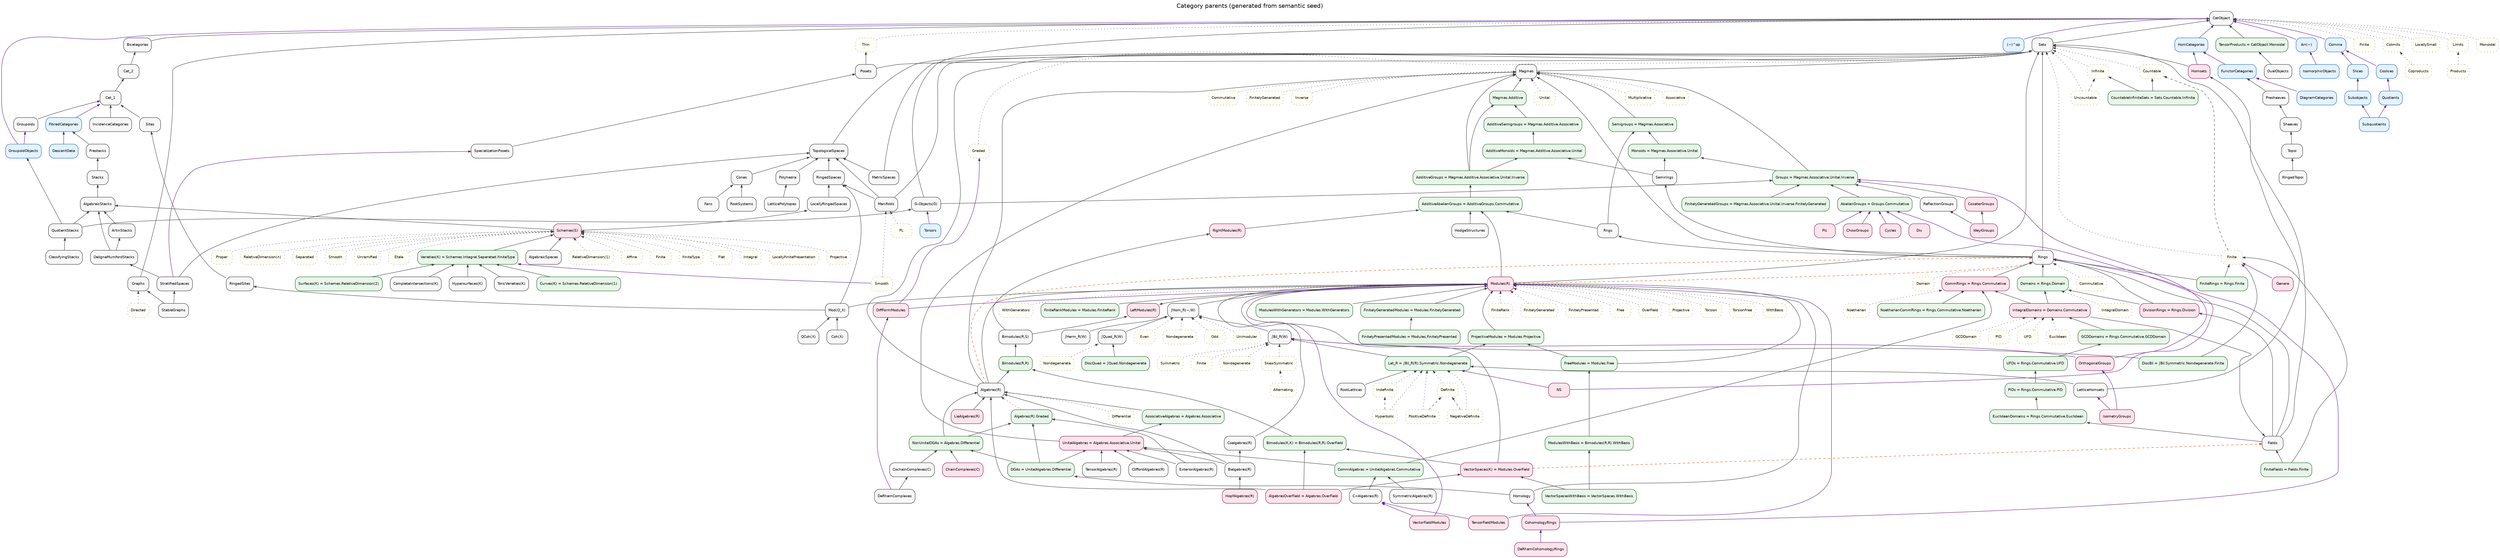
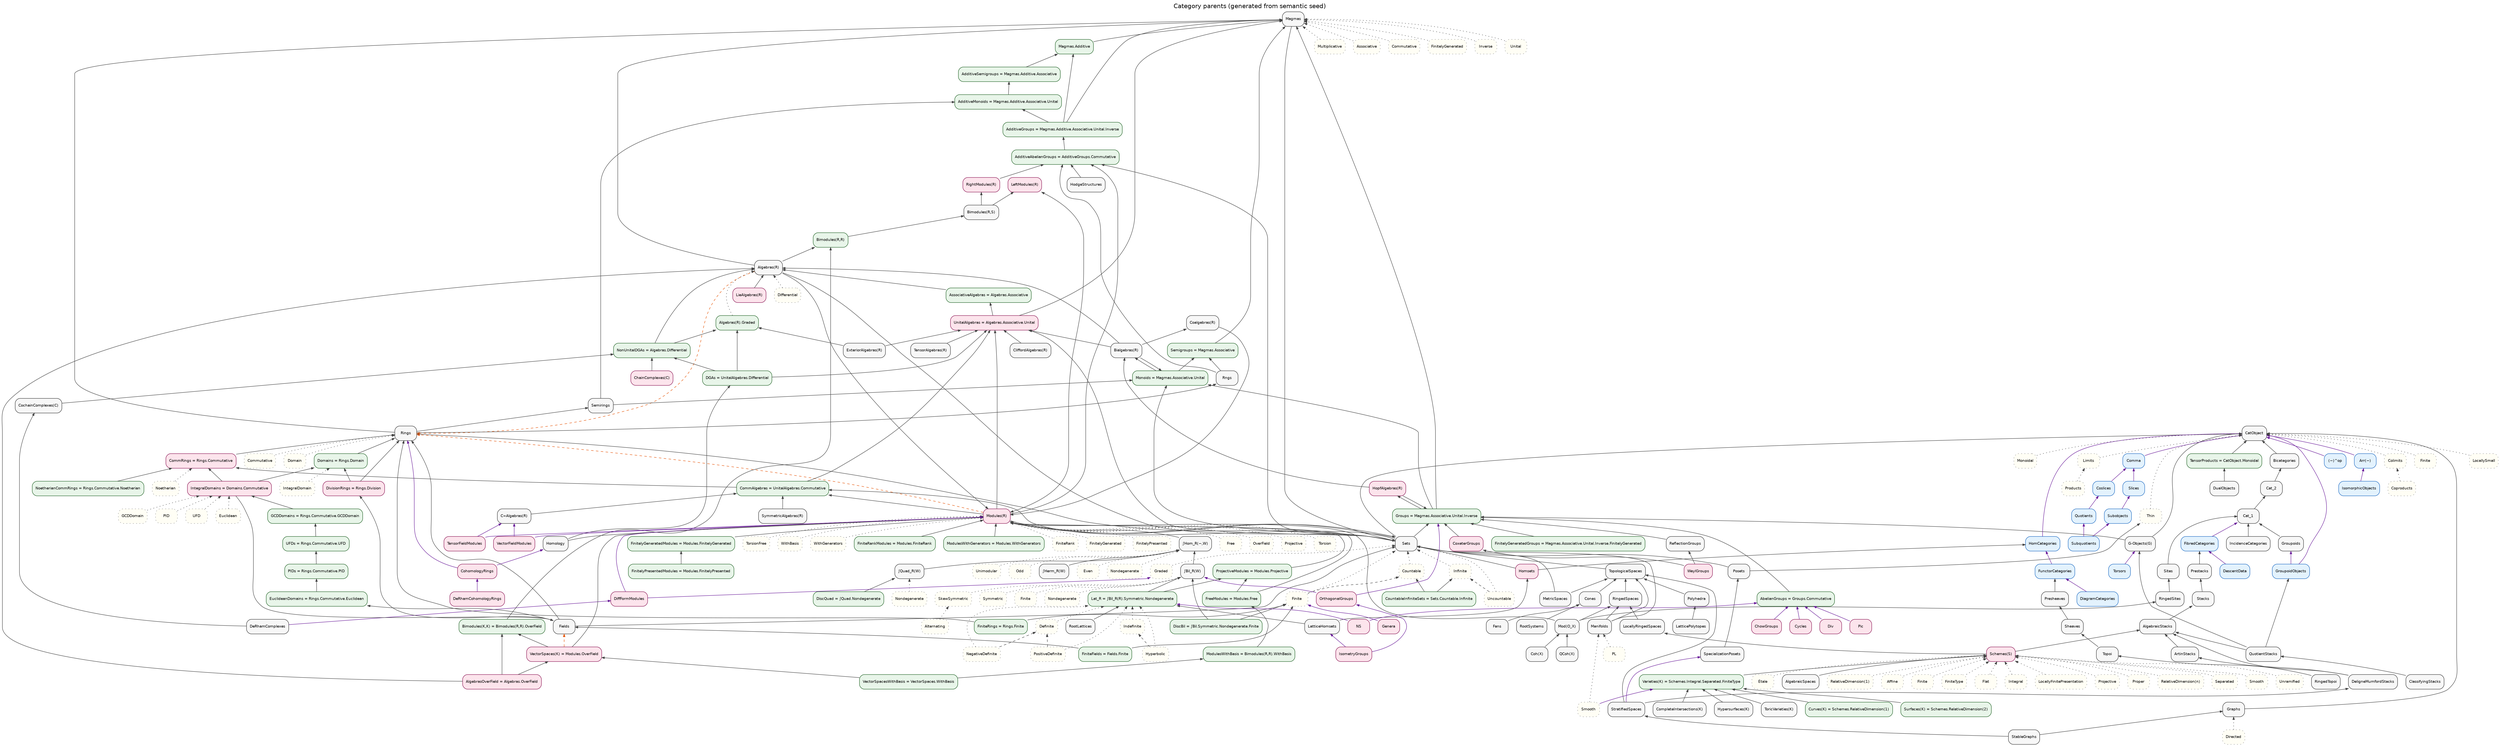
// GENERATED from semantic_seed/ — semantic presentation view.
// Authoritative: design/normalized_category_graph/semantic_seed/
// Factory/viz layout: category_parent_graph.dot (hand; see .hand.dot)

digraph CategoryParents {
  graph [
    rankdir=BT
    labelloc=t
    label="Category parents (generated from semantic seed)"
    fontsize=15
    fontname="Helvetica"
    nodesep=0.28
    ranksep=0.45
    splines=true
  ];
  node [
    shape=box
    style="rounded,filled"
    fontname="Helvetica"
    fontsize=9
    fillcolor="#f7f7f7"
    color="#333333"
  ];
  edge [color="#444444", arrowsize=0.65];

  // --- category_family ---
  AlgebraicSpaces [style="rounded,filled", fillcolor="#f7f7f7", color="#333333", id="cat.algebraicspaces", kind="category_family"];
  AlgebraicStacks [style="rounded,filled", fillcolor="#f7f7f7", color="#333333", id="cat.algebraicstacks", kind="category_family"];
  "Algebras(R)" [style="rounded,filled", fillcolor="#f7f7f7", color="#333333", id="cat.algebras_r", kind="category_family"];
  ArtinStacks [style="rounded,filled", fillcolor="#f7f7f7", color="#333333", id="cat.artinstacks", kind="category_family"];
  "Bialgebras(R)" [style="rounded,filled", fillcolor="#f7f7f7", color="#333333", id="cat.bialgebras_r", kind="category_family"];
  Bicategories [style="rounded,filled", fillcolor="#f7f7f7", color="#333333", id="cat.bicategories", kind="category_family"];
  "Bimodules(R,S)" [style="rounded,filled", fillcolor="#f7f7f7", color="#333333", id="cat.bimodules_r_s", kind="category_family"];
  CatObject [style="rounded,filled", fillcolor="#f7f7f7", color="#333333", id="cat.cat_object", kind="category_family"];
  Cat_1 [style="rounded,filled", fillcolor="#f7f7f7", color="#333333", id="cat.cat_1", kind="category_family"];
  Cat_2 [style="rounded,filled", fillcolor="#f7f7f7", color="#333333", id="cat.cat_2", kind="category_family"];
  "ChainComplexes(C)" [style="rounded,filled", fillcolor="#f7f7f7", color="#333333", id="cat.chaincomplexes", kind="category_family"];
  ClassifyingStacks [style="rounded,filled", fillcolor="#f7f7f7", color="#333333", id="cat.classifyingstacks", kind="category_family"];
  "CliffordAlgebras(R)" [style="rounded,filled", fillcolor="#f7f7f7", color="#333333", id="cat.cliffordalgebras", kind="category_family"];
  "Coalgebras(R)" [style="rounded,filled", fillcolor="#f7f7f7", color="#333333", id="cat.coalgebras_r", kind="category_family"];
  "CochainComplexes(C)" [style="rounded,filled", fillcolor="#f7f7f7", color="#333333", id="cat.cochaincomplexes", kind="category_family"];
  "Coh(X)" [style="rounded,filled", fillcolor="#f7f7f7", color="#333333", id="cat.coh", kind="category_family"];
  "CompleteIntersections(K)" [style="rounded,filled", fillcolor="#f7f7f7", color="#333333", id="cat.completeintersections", kind="category_family"];
  Cones [style="rounded,filled", fillcolor="#f7f7f7", color="#333333", id="cat.cones", kind="category_family"];
  CoxeterGroups [style="rounded,filled", fillcolor="#f7f7f7", color="#333333", id="cat.coxeter_groups", kind="category_family"];
  "C∞Algebras(R)" [style="rounded,filled", fillcolor="#f7f7f7", color="#333333", id="cat.cinftyalgebras", kind="category_family"];
  DeRhamComplexes [style="rounded,filled", fillcolor="#f7f7f7", color="#333333", id="cat.derhamcomplexes", kind="category_family"];
  DeligneMumfordStacks [style="rounded,filled", fillcolor="#f7f7f7", color="#333333", id="cat.delignemumfordstacks", kind="category_family"];
  DualObjects [style="rounded,filled", fillcolor="#f7f7f7", color="#333333", id="cat.dualobjects", kind="category_family"];
  "ExteriorAlgebras(R)" [style="rounded,filled", fillcolor="#f7f7f7", color="#333333", id="cat.exterioralgebras", kind="category_family"];
  Fans [style="rounded,filled", fillcolor="#f7f7f7", color="#333333", id="cat.fans", kind="category_family"];
  Fields [style="rounded,filled", fillcolor="#f7f7f7", color="#333333", id="cat.fields", kind="category_family"];
  "G-Objects(G)" [style="rounded,filled", fillcolor="#f7f7f7", color="#333333", id="cat.g_objects", kind="category_family"];
  Graphs [style="rounded,filled", fillcolor="#f7f7f7", color="#333333", id="cat.graphs", kind="category_family"];
  Groupoids [style="rounded,filled", fillcolor="#f7f7f7", color="#333333", id="cat.groupoids", kind="category_family"];
  HodgeStructures [style="rounded,filled", fillcolor="#f7f7f7", color="#333333", id="cat.hodgestructures", kind="category_family"];
  Homology [style="rounded,filled", fillcolor="#f7f7f7", color="#333333", id="cat.homology", kind="category_family"];
  Homsets [style="rounded,filled", fillcolor="#f7f7f7", color="#333333", id="cat.homsets", kind="category_family"];
  "HopfAlgebras(R)" [style="rounded,filled", fillcolor="#f7f7f7", color="#333333", id="cat.hopf_algebras_r", kind="category_family"];
  "Hypersurfaces(K)" [style="rounded,filled", fillcolor="#f7f7f7", color="#333333", id="cat.hypersurfaces", kind="category_family"];
  IncidenceCategories [style="rounded,filled", fillcolor="#f7f7f7", color="#333333", id="cat.incidencecategories", kind="category_family"];
  LatticeHomsets [style="rounded,filled", fillcolor="#f7f7f7", color="#333333", id="cat.latticehomsets", kind="category_family"];
  LatticePolytopes [style="rounded,filled", fillcolor="#f7f7f7", color="#333333", id="cat.latticepolytopes", kind="category_family"];
  "LieAlgebras(R)" [style="rounded,filled", fillcolor="#f7f7f7", color="#333333", id="cat.lie_algebras_r", kind="category_family"];
  LocallyRingedSpaces [style="rounded,filled", fillcolor="#f7f7f7", color="#333333", id="cat.locallyringedspaces", kind="category_family"];
  Magmas [style="rounded,filled", fillcolor="#f7f7f7", color="#333333", id="cat.magmas", kind="category_family"];
  Manifolds [style="rounded,filled", fillcolor="#f7f7f7", color="#333333", id="cat.manifolds", kind="category_family"];
  MetricSpaces [style="rounded,filled", fillcolor="#f7f7f7", color="#333333", id="cat.metricspaces", kind="category_family"];
  "Mod(O_X)" [style="rounded,filled", fillcolor="#f7f7f7", color="#333333", id="cat.mod", kind="category_family"];
  "Modules(R)" [style="rounded,filled", fillcolor="#f7f7f7", color="#333333", id="cat.modules_r", kind="category_family"];
  Polyhedra [style="rounded,filled", fillcolor="#f7f7f7", color="#333333", id="cat.polyhedra", kind="category_family"];
  Posets [style="rounded,filled", fillcolor="#f7f7f7", color="#333333", id="cat.posets", kind="category_family"];
  Presheaves [style="rounded,filled", fillcolor="#f7f7f7", color="#333333", id="cat.presheaves", kind="category_family"];
  Prestacks [style="rounded,filled", fillcolor="#f7f7f7", color="#333333", id="cat.prestacks", kind="category_family"];
  "QCoh(X)" [style="rounded,filled", fillcolor="#f7f7f7", color="#333333", id="cat.qcoh", kind="category_family"];
  QuotientStacks [style="rounded,filled", fillcolor="#f7f7f7", color="#333333", id="cat.quotientstacks", kind="category_family"];
  ReflectionGroups [style="rounded,filled", fillcolor="#f7f7f7", color="#333333", id="cat.reflectiongroups", kind="category_family"];
  RingedSites [style="rounded,filled", fillcolor="#f7f7f7", color="#333333", id="cat.ringedsites", kind="category_family"];
  RingedSpaces [style="rounded,filled", fillcolor="#f7f7f7", color="#333333", id="cat.ringedspaces", kind="category_family"];
  RingedTopoi [style="rounded,filled", fillcolor="#f7f7f7", color="#333333", id="cat.ringedtopoi", kind="category_family"];
  Rings [style="rounded,filled", fillcolor="#f7f7f7", color="#333333", id="cat.rings", kind="category_family"];
  Rngs [style="rounded,filled", fillcolor="#f7f7f7", color="#333333", id="cat.rngs", kind="category_family"];
  RootLattices [style="rounded,filled", fillcolor="#f7f7f7", color="#333333", id="cat.rootlattices", kind="category_family"];
  RootSystems [style="rounded,filled", fillcolor="#f7f7f7", color="#333333", id="cat.rootsystems", kind="category_family"];
  "Schemes(S)" [style="rounded,filled", fillcolor="#f7f7f7", color="#333333", id="cat.schemes_s", kind="category_family"];
  Semirings [style="rounded,filled", fillcolor="#f7f7f7", color="#333333", id="cat.semirings", kind="category_family"];
  Sets [style="rounded,filled", fillcolor="#f7f7f7", color="#333333", id="cat.sets", kind="category_family"];
  Sheaves [style="rounded,filled", fillcolor="#f7f7f7", color="#333333", id="cat.sheaves", kind="category_family"];
  Sites [style="rounded,filled", fillcolor="#f7f7f7", color="#333333", id="cat.sites", kind="category_family"];
  SpecializationPosets [style="rounded,filled", fillcolor="#f7f7f7", color="#333333", id="cat.specializationposets", kind="category_family"];
  StableGraphs [style="rounded,filled", fillcolor="#f7f7f7", color="#333333", id="cat.stablegraphs", kind="category_family"];
  Stacks [style="rounded,filled", fillcolor="#f7f7f7", color="#333333", id="cat.stacks", kind="category_family"];
  StratifiedSpaces [style="rounded,filled", fillcolor="#f7f7f7", color="#333333", id="cat.stratifiedspaces", kind="category_family"];
  "SymmetricAlgebras(R)" [style="rounded,filled", fillcolor="#f7f7f7", color="#333333", id="cat.symmetricalgebras", kind="category_family"];
  "TensorAlgebras(R)" [style="rounded,filled", fillcolor="#f7f7f7", color="#333333", id="cat.tensoralgebras", kind="category_family"];
  Topoi [style="rounded,filled", fillcolor="#f7f7f7", color="#333333", id="cat.topoi", kind="category_family"];
  TopologicalSpaces [style="rounded,filled", fillcolor="#f7f7f7", color="#333333", id="cat.topologicalspaces", kind="category_family"];
  "ToricVarieties(K)" [style="rounded,filled", fillcolor="#f7f7f7", color="#333333", id="cat.toricvarieties", kind="category_family"];
  WeylGroups [style="rounded,filled", fillcolor="#f7f7f7", color="#333333", id="cat.weyl_groups", kind="category_family"];
  "∫Bil_R(W)" [style="rounded,filled", fillcolor="#f7f7f7", color="#333333", id="cat.int_bil_r", kind="category_family"];
  "∫Herm_R(W)" [style="rounded,filled", fillcolor="#f7f7f7", color="#333333", id="cat.int_herm_r", kind="category_family"];
  "∫Hom_R(−,W)" [style="rounded,filled", fillcolor="#f7f7f7", color="#333333", id="cat.int_hom_r", kind="category_family"];
  "∫Quad_R(W)" [style="rounded,filled", fillcolor="#f7f7f7", color="#333333", id="cat.int_quad_r", kind="category_family"];

  // --- derived_category ---
  "AbelianGroups = Groups.Commutative" [style="rounded,filled", fillcolor="#e8f5e9", color="#1b5e20", id="cat.abelian_groups", kind="derived_category"];
  "AdditiveAbelianGroups = AdditiveGroups.Commutative" [style="rounded,filled", fillcolor="#e8f5e9", color="#1b5e20", id="cat.additive_abelian_groups", kind="derived_category"];
  "AdditiveGroups = Magmas.Additive.Associative.Unital.Inverse" [style="rounded,filled", fillcolor="#e8f5e9", color="#1b5e20", id="cat.additive_groups", kind="derived_category"];
  "AdditiveMonoids = Magmas.Additive.Associative.Unital" [style="rounded,filled", fillcolor="#e8f5e9", color="#1b5e20", id="cat.additive_monoids", kind="derived_category"];
  "AdditiveSemigroups = Magmas.Additive.Associative" [style="rounded,filled", fillcolor="#e8f5e9", color="#1b5e20", id="cat.additive_semigroups", kind="derived_category"];
  "Algebras(R).Graded" [style="rounded,filled", fillcolor="#e8f5e9", color="#1b5e20", id="cat.algebras_r.graded", kind="derived_category"];
  "AlgebrasOverField = Algebras.OverField" [style="rounded,filled", fillcolor="#e8f5e9", color="#1b5e20", id="cat.algebras_over_field", kind="derived_category"];
  "AssociativeAlgebras = Algebras.Associative" [style="rounded,filled", fillcolor="#e8f5e9", color="#1b5e20", id="cat.associativealgebras", kind="derived_category"];
  "Bimodules(K,K) = Bimodules(R,R).OverField" [style="rounded,filled", fillcolor="#e8f5e9", color="#1b5e20", id="cat.bimodules_k_k", kind="derived_category"];
  "Bimodules(R,R)" [style="rounded,filled", fillcolor="#e8f5e9", color="#1b5e20", id="cat.bimodules_r_r", kind="derived_category"];
  "CommAlgebras = UnitalAlgebras.Commutative" [style="rounded,filled", fillcolor="#e8f5e9", color="#1b5e20", id="cat.commutative_algebras", kind="derived_category"];
  "CommRings = Rings.Commutative" [style="rounded,filled", fillcolor="#e8f5e9", color="#1b5e20", id="cat.commutative_rings", kind="derived_category"];
  "CountableInfiniteSets = Sets.Countable.Infinite" [style="rounded,filled", fillcolor="#e8f5e9", color="#1b5e20", id="cat.countableinfinitesets", kind="derived_category"];
  "Curves(K) = Schemes.RelativeDimension(1)" [style="rounded,filled", fillcolor="#e8f5e9", color="#1b5e20", id="cat.curves", kind="derived_category"];
  "DGAs = UnitalAlgebras.Differential" [style="rounded,filled", fillcolor="#e8f5e9", color="#1b5e20", id="cat.dgas", kind="derived_category"];
  "DiscBil = ∫Bil.Symmetric.Nondegenerate.Finite" [style="rounded,filled", fillcolor="#e8f5e9", color="#1b5e20", id="cat.discbil", kind="derived_category"];
  "DiscQuad = ∫Quad.Nondegenerate" [style="rounded,filled", fillcolor="#e8f5e9", color="#1b5e20", id="cat.discquad", kind="derived_category"];
  "DivisionRings = Rings.Division" [style="rounded,filled", fillcolor="#e8f5e9", color="#1b5e20", id="cat.division_rings", kind="derived_category"];
  "Domains = Rings.Domain" [style="rounded,filled", fillcolor="#e8f5e9", color="#1b5e20", id="cat.domains", kind="derived_category"];
  "EuclideanDomains = Rings.Commutative.Euclidean" [style="rounded,filled", fillcolor="#e8f5e9", color="#1b5e20", id="cat.euclidean_domains", kind="derived_category"];
  "FiniteFields = Fields.Finite" [style="rounded,filled", fillcolor="#e8f5e9", color="#1b5e20", id="cat.finite_fields", kind="derived_category"];
  "FiniteRankModules = Modules.FiniteRank" [style="rounded,filled", fillcolor="#e8f5e9", color="#1b5e20", id="cat.finiterankmodules", kind="derived_category"];
  "FiniteRings = Rings.Finite" [style="rounded,filled", fillcolor="#e8f5e9", color="#1b5e20", id="cat.finite_rings", kind="derived_category"];
  "FinitelyGeneratedGroups = Magmas.Associative.Unital.Inverse.FinitelyGenerated" [style="rounded,filled", fillcolor="#e8f5e9", color="#1b5e20", id="cat.finitelygeneratedgroups", kind="derived_category"];
  "FinitelyGeneratedModules = Modules.FinitelyGenerated" [style="rounded,filled", fillcolor="#e8f5e9", color="#1b5e20", id="cat.finitelygeneratedmodules", kind="derived_category"];
  "FinitelyPresentedModules = Modules.FinitelyPresented" [style="rounded,filled", fillcolor="#e8f5e9", color="#1b5e20", id="cat.finitelypresentedmodules", kind="derived_category"];
  "FreeModules = Modules.Free" [style="rounded,filled", fillcolor="#e8f5e9", color="#1b5e20", id="cat.freemodules", kind="derived_category"];
  "GCDDomains = Rings.Commutative.GCDDomain" [style="rounded,filled", fillcolor="#e8f5e9", color="#1b5e20", id="cat.gcd_domains", kind="derived_category"];
  "Groups = Magmas.Associative.Unital.Inverse" [style="rounded,filled", fillcolor="#e8f5e9", color="#1b5e20", id="cat.groups", kind="derived_category"];
  "IntegralDomains = Domains.Commutative" [style="rounded,filled", fillcolor="#e8f5e9", color="#1b5e20", id="cat.integral_domains", kind="derived_category"];
  "Lat_R = ∫Bil_R(R).Symmetric.Nondegenerate" [style="rounded,filled", fillcolor="#e8f5e9", color="#1b5e20", id="cat.lat_r", kind="derived_category"];
  "Magmas.Additive" [style="rounded,filled", fillcolor="#e8f5e9", color="#1b5e20", id="cat.additive_magmas", kind="derived_category"];
  "ModulesWithBasis = Bimodules(R,R).WithBasis" [style="rounded,filled", fillcolor="#e8f5e9", color="#1b5e20", id="cat.modules_with_basis", kind="derived_category"];
  "ModulesWithGenerators = Modules.WithGenerators" [style="rounded,filled", fillcolor="#e8f5e9", color="#1b5e20", id="cat.moduleswithgenerators", kind="derived_category"];
  "Monoids = Magmas.Associative.Unital" [style="rounded,filled", fillcolor="#e8f5e9", color="#1b5e20", id="cat.monoids", kind="derived_category"];
  "NoetherianCommRings = Rings.Commutative.Noetherian" [style="rounded,filled", fillcolor="#e8f5e9", color="#1b5e20", id="cat.noetheriancommrings", kind="derived_category"];
  "NonUnitalDGAs = Algebras.Differential" [style="rounded,filled", fillcolor="#e8f5e9", color="#1b5e20", id="cat.nonunitaldgas", kind="derived_category"];
  "PIDs = Rings.Commutative.PID" [style="rounded,filled", fillcolor="#e8f5e9", color="#1b5e20", id="cat.pids", kind="derived_category"];
  "ProjectiveModules = Modules.Projective" [style="rounded,filled", fillcolor="#e8f5e9", color="#1b5e20", id="cat.projectivemodules", kind="derived_category"];
  "RightModules(R)" [style="rounded,filled", fillcolor="#e8f5e9", color="#1b5e20", id="cat.right_modules_r", kind="derived_category"];
  "Semigroups = Magmas.Associative" [style="rounded,filled", fillcolor="#e8f5e9", color="#1b5e20", id="cat.semigroups", kind="derived_category"];
  "Surfaces(K) = Schemes.RelativeDimension(2)" [style="rounded,filled", fillcolor="#e8f5e9", color="#1b5e20", id="cat.surfaces", kind="derived_category"];
  "TensorProducts = CatObject.Monoidal" [style="rounded,filled", fillcolor="#e8f5e9", color="#1b5e20", id="cat.tensorproducts", kind="derived_category"];
  "UFDs = Rings.Commutative.UFD" [style="rounded,filled", fillcolor="#e8f5e9", color="#1b5e20", id="cat.ufds", kind="derived_category"];
  "UnitalAlgebras = Algebras.Associative.Unital" [style="rounded,filled", fillcolor="#e8f5e9", color="#1b5e20", id="cat.unital_algebras", kind="derived_category"];
  "Varieties(K) = Schemes.Integral.Separated.FiniteType" [style="rounded,filled", fillcolor="#e8f5e9", color="#1b5e20", id="cat.varieties", kind="derived_category"];
  "VectorSpaces(K) = Modules.OverField" [style="rounded,filled", fillcolor="#e8f5e9", color="#1b5e20", id="cat.vector_spaces_k", kind="derived_category"];
  "VectorSpacesWithBasis = VectorSpaces.WithBasis" [style="rounded,filled", fillcolor="#e8f5e9", color="#1b5e20", id="cat.vectorspaceswithbasis", kind="derived_category"];

  // --- category_constructor ---
  "(−)^op" [style="rounded,filled", fillcolor="#e3f2fd", color="#1565c0", id="ctor.op", kind="category_constructor"];
  "Arr(−)" [style="rounded,filled", fillcolor="#e3f2fd", color="#1565c0", id="ctor.arr", kind="category_constructor"];
  Comma [style="rounded,filled", fillcolor="#e3f2fd", color="#1565c0", id="ctor.comma", kind="category_constructor"];
  Coslices [style="rounded,filled", fillcolor="#e3f2fd", color="#1565c0", id="ctor.coslices", kind="category_constructor"];
  DescentData [style="rounded,filled", fillcolor="#e3f2fd", color="#1565c0", id="ctor.descentdata", kind="category_constructor"];
  DiagramCategories [style="rounded,filled", fillcolor="#e3f2fd", color="#1565c0", id="ctor.diagramcategories", kind="category_constructor"];
  FibredCategories [style="rounded,filled", fillcolor="#e3f2fd", color="#1565c0", id="ctor.fibredcategories", kind="category_constructor"];
  FunctorCategories [style="rounded,filled", fillcolor="#e3f2fd", color="#1565c0", id="ctor.functorcategories", kind="category_constructor"];
  GroupoidObjects [style="rounded,filled", fillcolor="#e3f2fd", color="#1565c0", id="ctor.groupoidobjects", kind="category_constructor"];
  HomCategories [style="rounded,filled", fillcolor="#e3f2fd", color="#1565c0", id="ctor.homcategories", kind="category_constructor"];
  IsomorphicObjects [style="rounded,filled", fillcolor="#e3f2fd", color="#1565c0", id="ctor.isomorphicobjects", kind="category_constructor"];
  Quotients [style="rounded,filled", fillcolor="#e3f2fd", color="#1565c0", id="ctor.quotients", kind="category_constructor"];
  Slices [style="rounded,filled", fillcolor="#e3f2fd", color="#1565c0", id="ctor.slices", kind="category_constructor"];
  Subobjects [style="rounded,filled", fillcolor="#e3f2fd", color="#1565c0", id="ctor.subobjects", kind="category_constructor"];
  Subquotients [style="rounded,filled", fillcolor="#e3f2fd", color="#1565c0", id="ctor.subquotients", kind="category_constructor"];
  Torsors [style="rounded,filled", fillcolor="#e3f2fd", color="#1565c0", id="ctor.torsors", kind="category_constructor"];

  // --- classifier_domain ---
  "CatObject.Colimits" [style="rounded,filled,dotted", fillcolor="#fffef5", color="#888888", id="clf.catobject_colimits", kind="classifier_domain", label="Colimits"];
  "CatObject.Coproducts" [style="rounded,filled,dotted", fillcolor="#fffef5", color="#888888", id="clf.catobject_coproducts", kind="classifier_domain", label="Coproducts"];
  "CatObject.Finite" [style="rounded,filled,dotted", fillcolor="#fffef5", color="#888888", id="clf.catobject_finite", kind="classifier_domain", label="Finite"];
  "CatObject.Limits" [style="rounded,filled,dotted", fillcolor="#fffef5", color="#888888", id="clf.catobject_limits", kind="classifier_domain", label="Limits"];
  "CatObject.LocallySmall" [style="rounded,filled,dotted", fillcolor="#fffef5", color="#888888", id="clf.catobject_locallysmall", kind="classifier_domain", label="LocallySmall"];
  "CatObject.Products" [style="rounded,filled,dotted", fillcolor="#fffef5", color="#888888", id="clf.catobject_products", kind="classifier_domain", label="Products"];
  "CatObject.Thin" [style="rounded,filled,dotted", fillcolor="#fffef5", color="#888888", id="clf.catobject_thin", kind="classifier_domain", label="Thin"];
  "Graphs.Directed" [style="rounded,filled,dotted", fillcolor="#fffef5", color="#888888", id="clf.graphs_directed", kind="classifier_domain", label="Directed"];
  "Lat.Definite" [style="rounded,filled,dotted", fillcolor="#fffef5", color="#888888", id="clf.lat_definite", kind="classifier_domain", label="Definite"];
  "Lat.Hyperbolic" [style="rounded,filled,dotted", fillcolor="#fffef5", color="#888888", id="clf.lat_hyperbolic", kind="classifier_domain", label="Hyperbolic"];
  "Lat.Indefinite" [style="rounded,filled,dotted", fillcolor="#fffef5", color="#888888", id="clf.lat_indefinite", kind="classifier_domain", label="Indefinite"];
  "Lat.NegativeDefinite" [style="rounded,filled,dotted", fillcolor="#fffef5", color="#888888", id="clf.lat_negativedefinite", kind="classifier_domain", label="NegativeDefinite"];
  "Lat.PositiveDefinite" [style="rounded,filled,dotted", fillcolor="#fffef5", color="#888888", id="clf.lat_positivedefinite", kind="classifier_domain", label="PositiveDefinite"];
  "Magmas.Multiplicative" [style="rounded,filled,dotted", fillcolor="#fffef5", color="#888888", id="clf.magmas_multiplicative", kind="classifier_domain", label="Multiplicative"];
  "Manifolds.PL" [style="rounded,filled,dotted", fillcolor="#fffef5", color="#888888", id="clf.manifolds_pl", kind="classifier_domain", label="PL"];
  "Manifolds.Smooth" [style="rounded,filled,dotted", fillcolor="#fffef5", color="#888888", id="clf.manifolds_smooth", kind="classifier_domain", label="Smooth"];
  "Modules.FiniteRank" [style="rounded,filled,dotted", fillcolor="#fffef5", color="#888888", id="clf.modules_finiterank", kind="classifier_domain", label="FiniteRank"];
  "Modules.FinitelyGenerated" [style="rounded,filled,dotted", fillcolor="#fffef5", color="#888888", id="clf.modules_finitelygenerated", kind="classifier_domain", label="FinitelyGenerated"];
  "Modules.FinitelyPresented" [style="rounded,filled,dotted", fillcolor="#fffef5", color="#888888", id="clf.modules_finitelypresented", kind="classifier_domain", label="FinitelyPresented"];
  "Modules.Free" [style="rounded,filled,dotted", fillcolor="#fffef5", color="#888888", id="clf.modules_free", kind="classifier_domain", label="Free"];
  "Modules.OverField" [style="rounded,filled,dotted", fillcolor="#fffef5", color="#888888", id="clf.modules.over_field.domain", kind="classifier_domain", label="OverField"];
  "Modules.Projective" [style="rounded,filled,dotted", fillcolor="#fffef5", color="#888888", id="clf.modules_projective", kind="classifier_domain", label="Projective"];
  "Modules.Torsion" [style="rounded,filled,dotted", fillcolor="#fffef5", color="#888888", id="clf.modules_torsion", kind="classifier_domain", label="Torsion"];
  "Modules.TorsionFree" [style="rounded,filled,dotted", fillcolor="#fffef5", color="#888888", id="clf.modules_torsionfree", kind="classifier_domain", label="TorsionFree"];
  "Modules.WithBasis" [style="rounded,filled,dotted", fillcolor="#fffef5", color="#888888", id="clf.modules.with_basis.domain", kind="classifier_domain", label="WithBasis"];
  "Modules.WithGenerators" [style="rounded,filled,dotted", fillcolor="#fffef5", color="#888888", id="clf.modules_withgenerators", kind="classifier_domain", label="WithGenerators"];
  "Rings.Commutative" [style="rounded,filled,dotted", fillcolor="#fffef5", color="#888888", id="clf.rings.commutative.domain", kind="classifier_domain", label="Commutative"];
  "Schemes(S).RelativeDimension(1)" [style="rounded,filled,dotted", fillcolor="#fffef5", color="#888888", id="clf.schemes_s.relativedimension.domain", kind="classifier_domain", label="RelativeDimension(1)"];
  "Schemes.Affine" [style="rounded,filled,dotted", fillcolor="#fffef5", color="#888888", id="clf.schemes_affine", kind="classifier_domain", label="Affine"];
  "Schemes.Finite" [style="rounded,filled,dotted", fillcolor="#fffef5", color="#888888", id="clf.schemes_finite", kind="classifier_domain", label="Finite"];
  "Schemes.FiniteType" [style="rounded,filled,dotted", fillcolor="#fffef5", color="#888888", id="clf.schemes_finitetype", kind="classifier_domain", label="FiniteType"];
  "Schemes.Flat" [style="rounded,filled,dotted", fillcolor="#fffef5", color="#888888", id="clf.schemes_flat", kind="classifier_domain", label="Flat"];
  "Schemes.Integral" [style="rounded,filled,dotted", fillcolor="#fffef5", color="#888888", id="clf.schemes_integral", kind="classifier_domain", label="Integral"];
  "Schemes.LocallyFinitePresentation" [style="rounded,filled,dotted", fillcolor="#fffef5", color="#888888", id="clf.schemes_locallyfinitepresentation", kind="classifier_domain", label="LocallyFinitePresentation"];
  "Schemes.Projective" [style="rounded,filled,dotted", fillcolor="#fffef5", color="#888888", id="clf.schemes_projective", kind="classifier_domain", label="Projective"];
  "Schemes.Proper" [style="rounded,filled,dotted", fillcolor="#fffef5", color="#888888", id="clf.schemes_proper", kind="classifier_domain", label="Proper"];
  "Schemes.RelativeDimension(n)" [style="rounded,filled,dotted", fillcolor="#fffef5", color="#888888", id="clf.schemes_relativedimension", kind="classifier_domain", label="RelativeDimension(n)"];
  "Schemes.Separated" [style="rounded,filled,dotted", fillcolor="#fffef5", color="#888888", id="clf.schemes_separated", kind="classifier_domain", label="Separated"];
  "Schemes.Smooth" [style="rounded,filled,dotted", fillcolor="#fffef5", color="#888888", id="clf.schemes_smooth", kind="classifier_domain", label="Smooth"];
  "Schemes.Unramified" [style="rounded,filled,dotted", fillcolor="#fffef5", color="#888888", id="clf.schemes_unramified", kind="classifier_domain", label="Unramified"];
  "Schemes.Étale" [style="rounded,filled,dotted", fillcolor="#fffef5", color="#888888", id="clf.schemes_etale", kind="classifier_domain", label="Étale"];
  "Sets.Countable" [style="rounded,filled,dotted", fillcolor="#fffef5", color="#888888", id="clf.sets_countable", kind="classifier_domain", label="Countable"];
  "Sets.Finite" [style="rounded,filled,dotted", fillcolor="#fffef5", color="#888888", id="clf.sets.finite.domain", kind="classifier_domain", label="Finite"];
  "Sets.Graded" [style="rounded,filled,dotted", fillcolor="#fffef5", color="#888888", id="clf.sets.graded.domain", kind="classifier_domain", label="Graded"];
  "Sets.Infinite" [style="rounded,filled,dotted", fillcolor="#fffef5", color="#888888", id="clf.sets_infinite", kind="classifier_domain", label="Infinite"];
  "Sets.Uncountable" [style="rounded,filled,dotted", fillcolor="#fffef5", color="#888888", id="clf.sets_uncountable", kind="classifier_domain", label="Uncountable"];
  "ax.Associative" [style="rounded,filled,dotted", fillcolor="#fffef5", color="#888888", id="clf.ax_associative", kind="classifier_domain", label="Associative"];
  "ax.Commutative" [style="rounded,filled,dotted", fillcolor="#fffef5", color="#888888", id="clf.ax_commutative", kind="classifier_domain", label="Commutative"];
  "ax.Differential" [style="rounded,filled,dotted", fillcolor="#fffef5", color="#888888", id="clf.ax_differential", kind="classifier_domain", label="Differential"];
  "ax.Domain" [style="rounded,filled,dotted", fillcolor="#fffef5", color="#888888", id="clf.ax_domain", kind="classifier_domain", label="Domain"];
  "ax.Euclidean" [style="rounded,filled,dotted", fillcolor="#fffef5", color="#888888", id="clf.ax_euclidean", kind="classifier_domain", label="Euclidean"];
  "ax.FinitelyGenerated" [style="rounded,filled,dotted", fillcolor="#fffef5", color="#888888", id="clf.ax_finitelygenerated", kind="classifier_domain", label="FinitelyGenerated"];
  "ax.GCDDomain" [style="rounded,filled,dotted", fillcolor="#fffef5", color="#888888", id="clf.ax_gcddomain", kind="classifier_domain", label="GCDDomain"];
  "ax.IntegralDomain" [style="rounded,filled,dotted", fillcolor="#fffef5", color="#888888", id="clf.ax_integraldomain", kind="classifier_domain", label="IntegralDomain"];
  "ax.Inverse" [style="rounded,filled,dotted", fillcolor="#fffef5", color="#888888", id="clf.ax_inverse", kind="classifier_domain", label="Inverse"];
  "ax.Monoidal" [style="rounded,filled,dotted", fillcolor="#fffef5", color="#888888", id="clf.ax_monoidal", kind="classifier_domain", label="Monoidal"];
  "ax.Noetherian" [style="rounded,filled,dotted", fillcolor="#fffef5", color="#888888", id="clf.ax_noetherian", kind="classifier_domain", label="Noetherian"];
  "ax.PID" [style="rounded,filled,dotted", fillcolor="#fffef5", color="#888888", id="clf.ax_pid", kind="classifier_domain", label="PID"];
  "ax.UFD" [style="rounded,filled,dotted", fillcolor="#fffef5", color="#888888", id="clf.ax_ufd", kind="classifier_domain", label="UFD"];
  "ax.Unital" [style="rounded,filled,dotted", fillcolor="#fffef5", color="#888888", id="clf.ax_unital", kind="classifier_domain", label="Unital"];
  "∫Bil.Alternating" [style="rounded,filled,dotted", fillcolor="#fffef5", color="#888888", id="clf.int_bil_alternating", kind="classifier_domain", label="Alternating"];
  "∫Bil.SkewSymmetric" [style="rounded,filled,dotted", fillcolor="#fffef5", color="#888888", id="clf.int_bil_skewsymmetric", kind="classifier_domain", label="SkewSymmetric"];
  "∫Bil.Symmetric" [style="rounded,filled,dotted", fillcolor="#fffef5", color="#888888", id="clf.int_bil_symmetric", kind="classifier_domain", label="Symmetric"];
  "∫Bil_R(W).Finite" [style="rounded,filled,dotted", fillcolor="#fffef5", color="#888888", id="clf.int_bil_r.finite.domain", kind="classifier_domain", label="Finite"];
  "∫Bil_R(W).Nondegenerate" [style="rounded,filled,dotted", fillcolor="#fffef5", color="#888888", id="clf.int_bil_r.nondegenerate.domain", kind="classifier_domain", label="Nondegenerate"];
  "∫Hom.Even" [style="rounded,filled,dotted", fillcolor="#fffef5", color="#888888", id="clf.int_hom_even", kind="classifier_domain", label="Even"];
  "∫Hom.Nondegenerate" [style="rounded,filled,dotted", fillcolor="#fffef5", color="#888888", id="clf.int_hom_nondegenerate", kind="classifier_domain", label="Nondegenerate"];
  "∫Hom.Odd" [style="rounded,filled,dotted", fillcolor="#fffef5", color="#888888", id="clf.int_hom_odd", kind="classifier_domain", label="Odd"];
  "∫Hom.Unimodular" [style="rounded,filled,dotted", fillcolor="#fffef5", color="#888888", id="clf.int_hom_unimodular", kind="classifier_domain", label="Unimodular"];
  "∫Quad_R(W).Nondegenerate" [style="rounded,filled,dotted", fillcolor="#fffef5", color="#888888", id="clf.int_quad_r.nondegenerate.domain", kind="classifier_domain", label="Nondegenerate"];

  // --- alias ---
  "AlgebrasOverField = Algebras.OverField" [style="rounded,filled", fillcolor="#fce4ec", color="#880e4f", id="cat.associativeunitalalgebras_k", kind="alias"];
  "ChainComplexes(C)" [style="rounded,filled", fillcolor="#fce4ec", color="#880e4f", id="cat.chaincomplexes_c", kind="alias"];
  ChowGroups [style="rounded,filled", fillcolor="#fce4ec", color="#880e4f", id="val.chowgroups", kind="alias"];
  CohomologyRings [style="rounded,filled", fillcolor="#fce4ec", color="#880e4f", id="val.cohomologyrings", kind="alias"];
  "CommRings = Rings.Commutative" [style="rounded,filled", fillcolor="#fce4ec", color="#880e4f", id="cat.commutativerings", kind="alias"];
  CoxeterGroups [style="rounded,filled", fillcolor="#fce4ec", color="#880e4f", id="cat.coxetergroups", kind="alias"];
  Cycles [style="rounded,filled", fillcolor="#fce4ec", color="#880e4f", id="val.cycles", kind="alias"];
  DeRhamCohomologyRings [style="rounded,filled", fillcolor="#fce4ec", color="#880e4f", id="val.derhamcohomologyrings", kind="alias"];
  DiffFormModules [style="rounded,filled", fillcolor="#fce4ec", color="#880e4f", id="val.diffformmodules", kind="alias"];
  Div [style="rounded,filled", fillcolor="#fce4ec", color="#880e4f", id="val.div", kind="alias"];
  "DivisionRings = Rings.Division" [style="rounded,filled", fillcolor="#fce4ec", color="#880e4f", id="cat.divisionrings", kind="alias"];
  Genera [style="rounded,filled", fillcolor="#fce4ec", color="#880e4f", id="val.genera", kind="alias"];
  Homsets [style="rounded,filled", fillcolor="#fce4ec", color="#880e4f", id="cat.homsets_c", kind="alias"];
  "HopfAlgebras(R)" [style="rounded,filled", fillcolor="#fce4ec", color="#880e4f", id="cat.hopfalgebras_r", kind="alias"];
  "IntegralDomains = Domains.Commutative" [style="rounded,filled", fillcolor="#fce4ec", color="#880e4f", id="cat.integraldomains", kind="alias"];
  IsometryGroups [style="rounded,filled", fillcolor="#fce4ec", color="#880e4f", id="val.isometrygroups", kind="alias"];
  "LeftModules(R)" [style="rounded,filled", fillcolor="#fce4ec", color="#880e4f", id="cat.left_modules_r", kind="alias"];
  "LieAlgebras(R)" [style="rounded,filled", fillcolor="#fce4ec", color="#880e4f", id="cat.liealgebras_r", kind="alias"];
  "Modules(R)" [style="rounded,filled", fillcolor="#fce4ec", color="#880e4f", id="cat.modules_a", kind="alias"];
  NS [style="rounded,filled", fillcolor="#fce4ec", color="#880e4f", id="val.ns", kind="alias"];
  OrthogonalGroups [style="rounded,filled", fillcolor="#fce4ec", color="#880e4f", id="val.orthogonal_groups", kind="alias"];
  Pic [style="rounded,filled", fillcolor="#fce4ec", color="#880e4f", id="val.pic", kind="alias"];
  "RightModules(R)" [style="rounded,filled", fillcolor="#fce4ec", color="#880e4f", id="cat.modules_rop", kind="alias"];
  "Schemes(S)" [style="rounded,filled", fillcolor="#fce4ec", color="#880e4f", id="cat.schemes_k", kind="alias"];
  TensorFieldModules [style="rounded,filled", fillcolor="#fce4ec", color="#880e4f", id="val.tensorfieldmodules", kind="alias"];
  "UnitalAlgebras = Algebras.Associative.Unital" [style="rounded,filled", fillcolor="#fce4ec", color="#880e4f", id="cat.associativeunitalalgebras_r", kind="alias"];
  VectorFieldModules [style="rounded,filled", fillcolor="#fce4ec", color="#880e4f", id="val.vectorfieldmodules", kind="alias"];
  "VectorSpaces(K) = Modules.OverField" [style="rounded,filled", fillcolor="#fce4ec", color="#880e4f", id="cat.modules_k", kind="alias"];
  WeylGroups [style="rounded,filled", fillcolor="#fce4ec", color="#880e4f", id="cat.weylgroups", kind="alias"];

  // --- preferred arrows ---
  "LeftModules(R)" -> "Modules(R)" [dir=both, kind="equivalence", id="arr.alias.left_modules"];
  "Algebras(R).Graded" -> "Algebras(R)" [style=dotted, kind="classifier_leg", id="arr.clf.algebras_r.graded"];
  "ax.Associative" -> Magmas [style=dotted, kind="classifier_leg", id="arr.clf.ax_associative"];
  "ax.Commutative" -> Magmas [style=dotted, kind="classifier_leg", id="arr.clf.ax_commutative"];
  "ax.Differential" -> "Algebras(R)" [style=dotted, kind="classifier_leg", id="arr.clf.ax_differential"];
  "ax.Domain" -> Rings [style=dotted, kind="classifier_leg", id="arr.clf.ax_domain"];
  "ax.Euclidean" -> "IntegralDomains = Domains.Commutative" [style=dotted, kind="classifier_leg", id="arr.clf.ax_euclidean"];
  "ax.FinitelyGenerated" -> Magmas [style=dotted, kind="classifier_leg", id="arr.clf.ax_finitelygenerated"];
  "ax.GCDDomain" -> "IntegralDomains = Domains.Commutative" [style=dotted, kind="classifier_leg", id="arr.clf.ax_gcddomain"];
  "ax.IntegralDomain" -> "Domains = Rings.Domain" [style=dotted, kind="classifier_leg", id="arr.clf.ax_integraldomain"];
  "ax.Inverse" -> Magmas [style=dotted, kind="classifier_leg", id="arr.clf.ax_inverse"];
  "ax.Monoidal" -> CatObject [style=dotted, kind="classifier_leg", id="arr.clf.ax_monoidal"];
  "ax.Noetherian" -> "CommRings = Rings.Commutative" [style=dotted, kind="classifier_leg", id="arr.clf.ax_noetherian"];
  "ax.PID" -> "IntegralDomains = Domains.Commutative" [style=dotted, kind="classifier_leg", id="arr.clf.ax_pid"];
  "ax.UFD" -> "IntegralDomains = Domains.Commutative" [style=dotted, kind="classifier_leg", id="arr.clf.ax_ufd"];
  "ax.Unital" -> Magmas [style=dotted, kind="classifier_leg", id="arr.clf.ax_unital"];
  "CatObject.Colimits" -> CatObject [style=dotted, kind="classifier_leg", id="arr.clf.catobject_colimits"];
  "CatObject.Coproducts" -> "CatObject.Colimits" [style=dotted, kind="classifier_leg", id="arr.clf.catobject_coproducts"];
  "CatObject.Finite" -> CatObject [style=dotted, kind="classifier_leg", id="arr.clf.catobject_finite"];
  "CatObject.Limits" -> CatObject [style=dotted, kind="classifier_leg", id="arr.clf.catobject_limits"];
  "CatObject.LocallySmall" -> CatObject [style=dotted, kind="classifier_leg", id="arr.clf.catobject_locallysmall"];
  "CatObject.Products" -> "CatObject.Limits" [style=dotted, kind="classifier_leg", id="arr.clf.catobject_products"];
  "CatObject.Thin" -> CatObject [style=dotted, kind="classifier_leg", id="arr.clf.catobject_thin"];
  "Graphs.Directed" -> Graphs [style=dotted, kind="classifier_leg", id="arr.clf.graphs_directed"];
  "∫Bil.Alternating" -> "∫Bil.SkewSymmetric" [style=dotted, kind="classifier_leg", id="arr.clf.int_bil_alternating"];
  "∫Bil_R(W).Finite" -> "∫Bil_R(W)" [style=dotted, kind="classifier_leg", id="arr.clf.int_bil_r_finite"];
  "∫Bil_R(W).Nondegenerate" -> "∫Bil_R(W)" [style=dotted, kind="classifier_leg", id="arr.clf.int_bil_r_nondegenerate"];
  "∫Bil.SkewSymmetric" -> "∫Bil_R(W)" [style=dotted, kind="classifier_leg", id="arr.clf.int_bil_skewsymmetric"];
  "∫Bil.Symmetric" -> "∫Bil_R(W)" [style=dotted, kind="classifier_leg", id="arr.clf.int_bil_symmetric"];
  "∫Hom.Even" -> "∫Hom_R(−,W)" [style=dotted, kind="classifier_leg", id="arr.clf.int_hom_even"];
  "∫Hom.Nondegenerate" -> "∫Hom_R(−,W)" [style=dotted, kind="classifier_leg", id="arr.clf.int_hom_nondegenerate"];
  "∫Hom.Odd" -> "∫Hom_R(−,W)" [style=dotted, kind="classifier_leg", id="arr.clf.int_hom_odd"];
  "∫Hom.Unimodular" -> "∫Hom_R(−,W)" [style=dotted, kind="classifier_leg", id="arr.clf.int_hom_unimodular"];
  "∫Quad_R(W).Nondegenerate" -> "∫Quad_R(W)" [style=dotted, kind="classifier_leg", id="arr.clf.int_quad_r_nondegenerate"];
  "Lat.Definite" -> "Lat_R = ∫Bil_R(R).Symmetric.Nondegenerate" [style=dotted, kind="classifier_leg", id="arr.clf.lat_definite"];
  "Lat.Hyperbolic" -> "Lat_R = ∫Bil_R(R).Symmetric.Nondegenerate" [style=dotted, kind="classifier_leg", id="arr.clf.lat_hyperbolic"];
  "Lat.Indefinite" -> "Lat_R = ∫Bil_R(R).Symmetric.Nondegenerate" [style=dotted, kind="classifier_leg", id="arr.clf.lat_indefinite"];
  "Lat.NegativeDefinite" -> "Lat_R = ∫Bil_R(R).Symmetric.Nondegenerate" [style=dotted, kind="classifier_leg", id="arr.clf.lat_negativedefinite"];
  "Lat.PositiveDefinite" -> "Lat_R = ∫Bil_R(R).Symmetric.Nondegenerate" [style=dotted, kind="classifier_leg", id="arr.clf.lat_positivedefinite"];
  "Magmas.Multiplicative" -> Magmas [style=dotted, kind="classifier_leg", id="arr.clf.magmas_multiplicative"];
  "Manifolds.PL" -> Manifolds [style=dotted, kind="classifier_leg", id="arr.clf.manifolds_pl"];
  "Manifolds.Smooth" -> Manifolds [style=dotted, kind="classifier_leg", id="arr.clf.manifolds_smooth"];
  "Modules.OverField" -> "Modules(R)" [style=dotted, kind="classifier_leg", id="arr.clf.modules.over_field"];
  "Modules.WithBasis" -> "Modules(R)" [style=dotted, kind="classifier_leg", id="arr.clf.modules.with_basis"];
  "Modules.FinitelyGenerated" -> "Modules(R)" [style=dotted, kind="classifier_leg", id="arr.clf.modules_finitelygenerated"];
  "Modules.FinitelyPresented" -> "Modules(R)" [style=dotted, kind="classifier_leg", id="arr.clf.modules_finitelypresented"];
  "Modules.FiniteRank" -> "Modules(R)" [style=dotted, kind="classifier_leg", id="arr.clf.modules_finiterank"];
  "Modules.Free" -> "Modules(R)" [style=dotted, kind="classifier_leg", id="arr.clf.modules_free"];
  "Modules.Projective" -> "Modules(R)" [style=dotted, kind="classifier_leg", id="arr.clf.modules_projective"];
  "Modules.Torsion" -> "Modules(R)" [style=dotted, kind="classifier_leg", id="arr.clf.modules_torsion"];
  "Modules.TorsionFree" -> "Modules(R)" [style=dotted, kind="classifier_leg", id="arr.clf.modules_torsionfree"];
  "Modules.WithGenerators" -> "Modules(R)" [style=dotted, kind="classifier_leg", id="arr.clf.modules_withgenerators"];
  "Rings.Commutative" -> Rings [style=dotted, kind="classifier_leg", id="arr.clf.rings_commutative"];
  "Schemes.Affine" -> "Schemes(S)" [style=dotted, kind="classifier_leg", id="arr.clf.schemes_affine"];
  "Schemes.Étale" -> "Schemes(S)" [style=dotted, kind="classifier_leg", id="arr.clf.schemes_etale"];
  "Schemes.Finite" -> "Schemes(S)" [style=dotted, kind="classifier_leg", id="arr.clf.schemes_finite"];
  "Schemes.FiniteType" -> "Schemes(S)" [style=dotted, kind="classifier_leg", id="arr.clf.schemes_finitetype"];
  "Schemes.Flat" -> "Schemes(S)" [style=dotted, kind="classifier_leg", id="arr.clf.schemes_flat"];
  "Schemes.Integral" -> "Schemes(S)" [style=dotted, kind="classifier_leg", id="arr.clf.schemes_integral"];
  "Schemes.LocallyFinitePresentation" -> "Schemes(S)" [style=dotted, kind="classifier_leg", id="arr.clf.schemes_locallyfinitepresentation"];
  "Schemes.Projective" -> "Schemes(S)" [style=dotted, kind="classifier_leg", id="arr.clf.schemes_projective"];
  "Schemes.Proper" -> "Schemes(S)" [style=dotted, kind="classifier_leg", id="arr.clf.schemes_proper"];
  "Schemes.RelativeDimension(n)" -> "Schemes(S)" [style=dotted, kind="classifier_leg", id="arr.clf.schemes_relativedimension"];
  "Schemes(S).RelativeDimension(1)" -> "Schemes(S)" [style=dotted, kind="classifier_leg", id="arr.clf.schemes_s_relativedimension"];
  "Schemes.Separated" -> "Schemes(S)" [style=dotted, kind="classifier_leg", id="arr.clf.schemes_separated"];
  "Schemes.Smooth" -> "Schemes(S)" [style=dotted, kind="classifier_leg", id="arr.clf.schemes_smooth"];
  "Schemes.Unramified" -> "Schemes(S)" [style=dotted, kind="classifier_leg", id="arr.clf.schemes_unramified"];
  "Sets.Finite" -> Sets [style=dotted, kind="classifier_leg", id="arr.clf.sets.finite"];
  "Sets.Graded" -> Sets [style=dotted, kind="classifier_leg", id="arr.clf.sets.graded"];
  "Sets.Countable" -> Sets [style=dotted, kind="classifier_leg", id="arr.clf.sets_countable"];
  "Sets.Infinite" -> Sets [style=dotted, kind="classifier_leg", id="arr.clf.sets_infinite"];
  "Sets.Uncountable" -> Sets [style=dotted, kind="classifier_leg", id="arr.clf.sets_uncountable"];
  "AbelianGroups = Groups.Commutative" -> "Groups = Magmas.Associative.Unital.Inverse" [kind="full_inclusion", id="arr.dot.abeliangroups__groups"];
  "AdditiveAbelianGroups = AdditiveGroups.Commutative" -> "AdditiveGroups = Magmas.Additive.Associative.Unital.Inverse" [kind="full_inclusion", id="arr.dot.additiveabeliangroups__additivegroups"];
  "AdditiveGroups = Magmas.Additive.Associative.Unital.Inverse" -> "AdditiveMonoids = Magmas.Additive.Associative.Unital" [kind="full_inclusion", id="arr.dot.additivegroups__additivemonoids"];
  "AdditiveMonoids = Magmas.Additive.Associative.Unital" -> "AdditiveSemigroups = Magmas.Additive.Associative" [kind="full_inclusion", id="arr.dot.additivemonoids__additivesemigroups"];
  "AdditiveSemigroups = Magmas.Additive.Associative" -> "Magmas.Additive" [kind="full_inclusion", id="arr.dot.additivesemigroups__magmas_additive"];
  AlgebraicSpaces -> "Schemes(S)" [kind="forgetful", id="arr.dot.algebraicspaces__schemes"];
  AlgebraicStacks -> Stacks [kind="forgetful", id="arr.dot.algebraicstacks__stacks"];
  "Algebras(R)" -> Magmas [kind="forgetful", id="arr.dot.algebras__magmas"];
  "AlgebrasOverField = Algebras.OverField" -> "Algebras(R)" [kind="full_inclusion", id="arr.dot.algebrasoverfield__algebras"];
  "AlgebrasOverField = Algebras.OverField" -> "VectorSpaces(K) = Modules.OverField" [kind="full_inclusion", id="arr.dot.algebrasoverfield__vectorspaces"];
  "Arr(−)" -> CatObject [color="#6a1b9a", kind="construction", id="arr.dot.arr__catobject"];
  ArtinStacks -> AlgebraicStacks [kind="forgetful", id="arr.dot.artinstacks__algebraicstacks"];
  "AssociativeAlgebras = Algebras.Associative" -> "Algebras(R)" [kind="full_inclusion", id="arr.dot.associativealgebras__algebras"];
  "Bialgebras(R)" -> "Coalgebras(R)" [kind="forgetful", id="arr.dot.bialgebras__coalgebras"];
  "Bialgebras(R)" -> "UnitalAlgebras = Algebras.Associative.Unital" [kind="forgetful", id="arr.dot.bialgebras__unitalalgebras"];
  Bicategories -> CatObject [kind="forgetful", id="arr.dot.bicategories__catobject"];
  "Bimodules(R,S)" -> "LeftModules(R)" [kind="forgetful", id="arr.dot.bimodules__leftmodules"];
  "Bimodules(R,S)" -> "RightModules(R)" [kind="forgetful", id="arr.dot.bimodules__rightmodules"];
  Cat_1 -> Cat_2 [kind="forgetful", id="arr.dot.cat_1__cat_2"];
  Cat_2 -> Bicategories [kind="forgetful", id="arr.dot.cat_2__bicategories"];
  "ChainComplexes(C)" -> "NonUnitalDGAs = Algebras.Differential" [kind="forgetful", id="arr.dot.chaincomplexes__nonunitaldgas"];
  ChowGroups -> "AbelianGroups = Groups.Commutative" [color="#6a1b9a", kind="construction", id="arr.dot.chowgroups__abeliangroups"];
  "C∞Algebras(R)" -> "CommAlgebras = UnitalAlgebras.Commutative" [kind="forgetful", id="arr.dot.cinftyalgebras__commalgebras"];
  ClassifyingStacks -> QuotientStacks [kind="forgetful", id="arr.dot.classifyingstacks__quotientstacks"];
  "CliffordAlgebras(R)" -> "UnitalAlgebras = Algebras.Associative.Unital" [kind="forgetful", id="arr.dot.cliffordalgebras__unitalalgebras"];
  "CochainComplexes(C)" -> "NonUnitalDGAs = Algebras.Differential" [kind="forgetful", id="arr.dot.cochaincomplexes__nonunitaldgas"];
  "Coh(X)" -> "Mod(O_X)" [kind="forgetful", id="arr.dot.coh__mod"];
  CohomologyRings -> Homology [color="#6a1b9a", kind="construction", id="arr.dot.cohomologyrings__homology"];
  CohomologyRings -> Rings [color="#6a1b9a", kind="construction", id="arr.dot.cohomologyrings__rings"];
  Comma -> CatObject [color="#6a1b9a", kind="construction", id="arr.dot.comma__catobject"];
  "CommAlgebras = UnitalAlgebras.Commutative" -> "CommRings = Rings.Commutative" [kind="full_inclusion", id="arr.dot.commalgebras__commrings"];
  "CommAlgebras = UnitalAlgebras.Commutative" -> "UnitalAlgebras = Algebras.Associative.Unital" [kind="full_inclusion", id="arr.dot.commalgebras__unitalalgebras"];
  "CompleteIntersections(K)" -> "Varieties(K) = Schemes.Integral.Separated.FiniteType" [kind="forgetful", id="arr.dot.completeintersections__varieties"];
  Cones -> TopologicalSpaces [kind="forgetful", id="arr.dot.cones__topologicalspaces"];
  Coslices -> Comma [color="#6a1b9a", kind="construction", id="arr.dot.coslices__comma"];
  "CountableInfiniteSets = Sets.Countable.Infinite" -> "Sets.Countable" [kind="pullback_projection", id="arr.dot.countableinfinitesets__sets_countable"];
  "CountableInfiniteSets = Sets.Countable.Infinite" -> "Sets.Infinite" [kind="pullback_projection", id="arr.dot.countableinfinitesets__sets_infinite"];
  CoxeterGroups -> "Groups = Magmas.Associative.Unital.Inverse" [kind="forgetful", id="arr.dot.coxetergroups__groups"];
  "Curves(K) = Schemes.RelativeDimension(1)" -> "Varieties(K) = Schemes.Integral.Separated.FiniteType" [kind="full_inclusion", id="arr.dot.curves__varieties"];
  Cycles -> "AbelianGroups = Groups.Commutative" [color="#6a1b9a", kind="construction", id="arr.dot.cycles__abeliangroups"];
  DeligneMumfordStacks -> AlgebraicStacks [kind="forgetful", id="arr.dot.delignemumfordstacks__algebraicstacks"];
  DeligneMumfordStacks -> ArtinStacks [kind="forgetful", id="arr.dot.delignemumfordstacks__artinstacks"];
  DeRhamCohomologyRings -> CohomologyRings [color="#6a1b9a", kind="construction", id="arr.dot.derhamcohomologyrings__cohomologyrings"];
  DeRhamComplexes -> "CochainComplexes(C)" [kind="forgetful", id="arr.dot.derhamcomplexes__cochaincomplexes"];
  DeRhamComplexes -> DiffFormModules [color="#6a1b9a", kind="construction", id="arr.dot.derhamcomplexes__diffformmodules"];
  DescentData -> FibredCategories [color="#6a1b9a", kind="construction", id="arr.dot.descentdata__fibredcategories"];
  "DGAs = UnitalAlgebras.Differential" -> "Algebras(R).Graded" [kind="pullback_projection", id="arr.dot.dgas__algebras_graded"];
  "DGAs = UnitalAlgebras.Differential" -> "NonUnitalDGAs = Algebras.Differential" [kind="full_inclusion", id="arr.dot.dgas__nonunitaldgas"];
  "DGAs = UnitalAlgebras.Differential" -> "UnitalAlgebras = Algebras.Associative.Unital" [kind="full_inclusion", id="arr.dot.dgas__unitalalgebras"];
  DiagramCategories -> FunctorCategories [color="#6a1b9a", kind="construction", id="arr.dot.diagramcategories__functorcategories"];
  DiffFormModules -> "Modules(R)" [color="#6a1b9a", kind="construction", id="arr.dot.diffformmodules__modules"];
  DiffFormModules -> "Sets.Graded" [color="#6a1b9a", kind="construction", id="arr.dot.diffformmodules__sets_graded"];
  "DiscBil = ∫Bil.Symmetric.Nondegenerate.Finite" -> "∫Bil_R(W)" [kind="full_inclusion", id="arr.dot.discbil__int_bil_r"];
  "DiscBil = ∫Bil.Symmetric.Nondegenerate.Finite" -> "Sets.Finite" [kind="pullback_projection", id="arr.dot.discbil__sets_finite"];
  "DiscQuad = ∫Quad.Nondegenerate" -> "∫Quad_R(W)" [kind="full_inclusion", id="arr.dot.discquad__int_quad_r"];
  Div -> "AbelianGroups = Groups.Commutative" [color="#6a1b9a", kind="construction", id="arr.dot.div__abeliangroups"];
  "DivisionRings = Rings.Division" -> "Domains = Rings.Domain" [kind="full_inclusion", id="arr.dot.divisionrings__domains"];
  "DivisionRings = Rings.Division" -> Rings [kind="full_inclusion", id="arr.dot.divisionrings__rings"];
  DualObjects -> "TensorProducts = CatObject.Monoidal" [kind="forgetful", id="arr.dot.dualobjects__tensorproducts"];
  "EuclideanDomains = Rings.Commutative.Euclidean" -> "PIDs = Rings.Commutative.PID" [kind="full_inclusion", id="arr.dot.euclideandomains__pids"];
  "ExteriorAlgebras(R)" -> "Algebras(R).Graded" [kind="pullback_projection", id="arr.dot.exterioralgebras__algebras_graded"];
  "ExteriorAlgebras(R)" -> "UnitalAlgebras = Algebras.Associative.Unital" [kind="forgetful", id="arr.dot.exterioralgebras__unitalalgebras"];
  Fans -> Cones [kind="forgetful", id="arr.dot.fans__cones"];
  FibredCategories -> Cat_1 [color="#6a1b9a", kind="construction", id="arr.dot.fibredcategories__cat_1"];
  Fields -> "DivisionRings = Rings.Division" [kind="forgetful", id="arr.dot.fields__divisionrings"];
  Fields -> "EuclideanDomains = Rings.Commutative.Euclidean" [kind="forgetful", id="arr.dot.fields__euclideandomains"];
  "FinitelyGeneratedGroups = Magmas.Associative.Unital.Inverse.FinitelyGenerated" -> "Groups = Magmas.Associative.Unital.Inverse" [kind="full_inclusion", id="arr.dot.finitelygeneratedgroups__groups"];
  "FinitelyGeneratedModules = Modules.FinitelyGenerated" -> "Modules(R)" [kind="full_inclusion", id="arr.dot.finitelygeneratedmodules__modules"];
  "FinitelyPresentedModules = Modules.FinitelyPresented" -> "FinitelyGeneratedModules = Modules.FinitelyGenerated" [kind="full_inclusion", id="arr.dot.finitelypresentedmodules__finitelygeneratedmodules"];
  "FiniteRankModules = Modules.FiniteRank" -> "Modules(R)" [kind="full_inclusion", id="arr.dot.finiterankmodules__modules"];
  "FreeModules = Modules.Free" -> "Modules(R)" [kind="full_inclusion", id="arr.dot.freemodules__modules"];
  "FreeModules = Modules.Free" -> "ProjectiveModules = Modules.Projective" [kind="full_inclusion", id="arr.dot.freemodules__projectivemodules"];
  FunctorCategories -> HomCategories [color="#6a1b9a", kind="construction", id="arr.dot.functorcategories__homcategories"];
  "G-Objects(G)" -> CatObject [kind="forgetful", id="arr.dot.g_objects__catobject"];
  "G-Objects(G)" -> "Groups = Magmas.Associative.Unital.Inverse" [kind="forgetful", id="arr.dot.g_objects__groups"];
  "GCDDomains = Rings.Commutative.GCDDomain" -> "IntegralDomains = Domains.Commutative" [kind="full_inclusion", id="arr.dot.gcddomains__integraldomains"];
  Genera -> "Sets.Finite" [color="#6a1b9a", kind="construction", id="arr.dot.genera__sets_finite"];
  Graphs -> CatObject [kind="forgetful", id="arr.dot.graphs__catobject"];
  GroupoidObjects -> CatObject [color="#6a1b9a", kind="construction", id="arr.dot.groupoidobjects__catobject"];
  GroupoidObjects -> Groupoids [color="#6a1b9a", kind="construction", id="arr.dot.groupoidobjects__groupoids"];
  Groupoids -> Cat_1 [kind="forgetful", id="arr.dot.groupoids__cat_1"];
  HodgeStructures -> "AdditiveAbelianGroups = AdditiveGroups.Commutative" [kind="forgetful", id="arr.dot.hodgestructures__additiveabeliangroups"];
  HomCategories -> CatObject [color="#6a1b9a", kind="construction", id="arr.dot.homcategories__catobject"];
  Homology -> "DGAs = UnitalAlgebras.Differential" [kind="forgetful", id="arr.dot.homology__dgas"];
  Homology -> "Modules(R)" [kind="forgetful", id="arr.dot.homology__modules"];
  Homsets -> HomCategories [kind="forgetful", id="arr.dot.homsets__homcategories"];
  Homsets -> Sets [kind="forgetful", id="arr.dot.homsets__sets"];
  "Hypersurfaces(K)" -> "Varieties(K) = Schemes.Integral.Separated.FiniteType" [kind="forgetful", id="arr.dot.hypersurfaces__varieties"];
  IncidenceCategories -> Cat_1 [kind="forgetful", id="arr.dot.incidencecategories__cat_1"];
  "∫Bil_R(W)" -> "∫Hom_R(−,W)" [kind="forgetful", id="arr.dot.int_bil_r__int_hom_r"];
  "∫Herm_R(W)" -> "∫Hom_R(−,W)" [kind="forgetful", id="arr.dot.int_herm_r__int_hom_r"];
  "∫Hom_R(−,W)" -> "Modules(R)" [kind="forgetful", id="arr.dot.int_hom_r__modules"];
  "∫Quad_R(W)" -> "∫Hom_R(−,W)" [kind="forgetful", id="arr.dot.int_quad_r__int_hom_r"];
  "IntegralDomains = Domains.Commutative" -> "CommRings = Rings.Commutative" [kind="full_inclusion", id="arr.dot.integraldomains__commrings"];
  "IntegralDomains = Domains.Commutative" -> "Domains = Rings.Domain" [kind="full_inclusion", id="arr.dot.integraldomains__domains"];
  IsometryGroups -> LatticeHomsets [color="#6a1b9a", kind="construction", id="arr.dot.isometrygroups__latticehomsets"];
  IsometryGroups -> OrthogonalGroups [color="#6a1b9a", kind="construction", id="arr.dot.isometrygroups__orthogonalgroups"];
  IsomorphicObjects -> "Arr(−)" [color="#6a1b9a", kind="construction", id="arr.dot.isomorphicobjects__arr"];
  "Lat_R = ∫Bil_R(R).Symmetric.Nondegenerate" -> "∫Bil_R(W)" [kind="full_inclusion", id="arr.dot.lat_r__int_bil_r"];
  "Lat_R = ∫Bil_R(R).Symmetric.Nondegenerate" -> "ProjectiveModules = Modules.Projective" [kind="full_inclusion", id="arr.dot.lat_r__projectivemodules"];
  LatticeHomsets -> Homsets [kind="forgetful", id="arr.dot.latticehomsets__homsets"];
  LatticeHomsets -> "Lat_R = ∫Bil_R(R).Symmetric.Nondegenerate" [kind="forgetful", id="arr.dot.latticehomsets__lat_r"];
  LatticePolytopes -> Polyhedra [kind="forgetful", id="arr.dot.latticepolytopes__polyhedra"];
  LocallyRingedSpaces -> RingedSpaces [kind="forgetful", id="arr.dot.locallyringedspaces__ringedspaces"];
  Manifolds -> RingedSpaces [kind="forgetful", id="arr.dot.manifolds__ringedspaces"];
  Manifolds -> TopologicalSpaces [kind="forgetful", id="arr.dot.manifolds__topologicalspaces"];
  "Manifolds.Smooth" -> "Varieties(K) = Schemes.Integral.Separated.FiniteType" [color="#6a1b9a", kind="construction", id="arr.dot.manifolds_smooth__varieties"];
  MetricSpaces -> TopologicalSpaces [kind="forgetful", id="arr.dot.metricspaces__topologicalspaces"];
  "Mod(O_X)" -> "Modules(R)" [kind="forgetful", id="arr.dot.mod__modules"];
  "Mod(O_X)" -> RingedSites [kind="forgetful", id="arr.dot.mod__ringedsites"];
  "Mod(O_X)" -> RingedSpaces [kind="forgetful", id="arr.dot.mod__ringedspaces"];
  "Modules(R)" -> "AdditiveAbelianGroups = AdditiveGroups.Commutative" [kind="forgetful", id="arr.dot.modules__additiveabeliangroups"];
  "ModulesWithBasis = Bimodules(R,R).WithBasis" -> "FreeModules = Modules.Free" [kind="full_inclusion", id="arr.dot.moduleswithbasis__freemodules"];
  "ModulesWithGenerators = Modules.WithGenerators" -> "Modules(R)" [kind="full_inclusion", id="arr.dot.moduleswithgenerators__modules"];
  "NoetherianCommRings = Rings.Commutative.Noetherian" -> "CommRings = Rings.Commutative" [kind="full_inclusion", id="arr.dot.noetheriancommrings__commrings"];
  "NonUnitalDGAs = Algebras.Differential" -> "Algebras(R)" [kind="full_inclusion", id="arr.dot.nonunitaldgas__algebras"];
  "NonUnitalDGAs = Algebras.Differential" -> "Algebras(R).Graded" [kind="pullback_projection", id="arr.dot.nonunitaldgas__algebras_graded"];
  NS -> "AbelianGroups = Groups.Commutative" [color="#6a1b9a", kind="construction", id="arr.dot.ns__abeliangroups"];
  NS -> "Lat_R = ∫Bil_R(R).Symmetric.Nondegenerate" [color="#6a1b9a", kind="construction", id="arr.dot.ns__lat_r"];
  "(−)^op" -> CatObject [color="#6a1b9a", kind="construction", id="arr.dot.op__catobject"];
  OrthogonalGroups -> "Groups = Magmas.Associative.Unital.Inverse" [color="#6a1b9a", kind="construction", id="arr.dot.orthogonalgroups__groups"];
  OrthogonalGroups -> "∫Bil_R(W)" [color="#6a1b9a", kind="construction", id="arr.dot.orthogonalgroups__int_bil_r"];
  Pic -> "AbelianGroups = Groups.Commutative" [color="#6a1b9a", kind="construction", id="arr.dot.pic__abeliangroups"];
  "PIDs = Rings.Commutative.PID" -> "UFDs = Rings.Commutative.UFD" [kind="full_inclusion", id="arr.dot.pids__ufds"];
  Polyhedra -> TopologicalSpaces [kind="forgetful", id="arr.dot.polyhedra__topologicalspaces"];
  Posets -> "CatObject.Thin" [kind="pullback_projection", id="arr.dot.posets__catobject_thin"];
  Presheaves -> FunctorCategories [kind="forgetful", id="arr.dot.presheaves__functorcategories"];
  Prestacks -> FibredCategories [kind="forgetful", id="arr.dot.prestacks__fibredcategories"];
  "ProjectiveModules = Modules.Projective" -> "Modules(R)" [kind="full_inclusion", id="arr.dot.projectivemodules__modules"];
  "QCoh(X)" -> "Mod(O_X)" [kind="forgetful", id="arr.dot.qcoh__mod"];
  Quotients -> Coslices [color="#6a1b9a", kind="construction", id="arr.dot.quotients__coslices"];
  QuotientStacks -> AlgebraicStacks [kind="forgetful", id="arr.dot.quotientstacks__algebraicstacks"];
  QuotientStacks -> "G-Objects(G)" [kind="forgetful", id="arr.dot.quotientstacks__g_objects"];
  QuotientStacks -> GroupoidObjects [kind="forgetful", id="arr.dot.quotientstacks__groupoidobjects"];
  ReflectionGroups -> "Groups = Magmas.Associative.Unital.Inverse" [kind="forgetful", id="arr.dot.reflectiongroups__groups"];
  "RightModules(R)" -> "AdditiveAbelianGroups = AdditiveGroups.Commutative" [kind="forgetful", id="arr.dot.rightmodules__additiveabeliangroups"];
  RingedSites -> Sites [kind="forgetful", id="arr.dot.ringedsites__sites"];
  RingedSpaces -> TopologicalSpaces [kind="forgetful", id="arr.dot.ringedspaces__topologicalspaces"];
  RingedTopoi -> Topoi [kind="forgetful", id="arr.dot.ringedtopoi__topoi"];
  Rings -> Rngs [kind="forgetful", id="arr.dot.rings__rngs"];
  Rings -> Semirings [kind="forgetful", id="arr.dot.rings__semirings"];
  Rngs -> "AdditiveAbelianGroups = AdditiveGroups.Commutative" [kind="forgetful", id="arr.dot.rngs__additiveabeliangroups"];
  Rngs -> "Semigroups = Magmas.Associative" [kind="forgetful", id="arr.dot.rngs__semigroups"];
  RootLattices -> "Lat_R = ∫Bil_R(R).Symmetric.Nondegenerate" [kind="forgetful", id="arr.dot.rootlattices__lat_r"];
  RootSystems -> Cones [kind="forgetful", id="arr.dot.rootsystems__cones"];
  "Schemes(S)" -> AlgebraicStacks [kind="forgetful", id="arr.dot.schemes__algebraicstacks"];
  "Schemes(S)" -> LocallyRingedSpaces [kind="forgetful", id="arr.dot.schemes__locallyringedspaces"];
  Semirings -> "AdditiveMonoids = Magmas.Additive.Associative.Unital" [kind="forgetful", id="arr.dot.semirings__additivemonoids"];
  Semirings -> "Monoids = Magmas.Associative.Unital" [kind="forgetful", id="arr.dot.semirings__monoids"];
  Sheaves -> Presheaves [kind="forgetful", id="arr.dot.sheaves__presheaves"];
  Sites -> Cat_1 [kind="forgetful", id="arr.dot.sites__cat_1"];
  Slices -> Comma [color="#6a1b9a", kind="construction", id="arr.dot.slices__comma"];
  SpecializationPosets -> Posets [kind="forgetful", id="arr.dot.specializationposets__posets"];
  StableGraphs -> Graphs [kind="forgetful", id="arr.dot.stablegraphs__graphs"];
  StableGraphs -> StratifiedSpaces [kind="forgetful", id="arr.dot.stablegraphs__stratifiedspaces"];
  Stacks -> Prestacks [kind="forgetful", id="arr.dot.stacks__prestacks"];
  StratifiedSpaces -> DeligneMumfordStacks [kind="forgetful", id="arr.dot.stratifiedspaces__delignemumfordstacks"];
  StratifiedSpaces -> SpecializationPosets [color="#6a1b9a", kind="construction", id="arr.dot.stratifiedspaces__specializationposets"];
  StratifiedSpaces -> TopologicalSpaces [kind="forgetful", id="arr.dot.stratifiedspaces__topologicalspaces"];
  Subobjects -> Slices [color="#6a1b9a", kind="construction", id="arr.dot.subobjects__slices"];
  Subquotients -> Quotients [color="#6a1b9a", kind="construction", id="arr.dot.subquotients__quotients"];
  Subquotients -> Subobjects [color="#6a1b9a", kind="construction", id="arr.dot.subquotients__subobjects"];
  "Surfaces(K) = Schemes.RelativeDimension(2)" -> "Varieties(K) = Schemes.Integral.Separated.FiniteType" [kind="full_inclusion", id="arr.dot.surfaces__varieties"];
  "SymmetricAlgebras(R)" -> "CommAlgebras = UnitalAlgebras.Commutative" [kind="forgetful", id="arr.dot.symmetricalgebras__commalgebras"];
  "TensorAlgebras(R)" -> "UnitalAlgebras = Algebras.Associative.Unital" [kind="forgetful", id="arr.dot.tensoralgebras__unitalalgebras"];
  TensorFieldModules -> "C∞Algebras(R)" [color="#6a1b9a", kind="construction", id="arr.dot.tensorfieldmodules__cinftyalgebras"];
  TensorFieldModules -> "Modules(R)" [color="#6a1b9a", kind="construction", id="arr.dot.tensorfieldmodules__modules"];
  "TensorProducts = CatObject.Monoidal" -> CatObject [kind="full_inclusion", id="arr.dot.tensorproducts__catobject"];
  Topoi -> Sheaves [kind="forgetful", id="arr.dot.topoi__sheaves"];
  TopologicalSpaces -> Sets [kind="forgetful", id="arr.dot.topologicalspaces__sets"];
  "ToricVarieties(K)" -> "Varieties(K) = Schemes.Integral.Separated.FiniteType" [kind="forgetful", id="arr.dot.toricvarieties__varieties"];
  Torsors -> "G-Objects(G)" [color="#6a1b9a", kind="construction", id="arr.dot.torsors__g_objects"];
  "UFDs = Rings.Commutative.UFD" -> "GCDDomains = Rings.Commutative.GCDDomain" [kind="full_inclusion", id="arr.dot.ufds__gcddomains"];
  "UnitalAlgebras = Algebras.Associative.Unital" -> "AssociativeAlgebras = Algebras.Associative" [kind="full_inclusion", id="arr.dot.unitalalgebras__associativealgebras"];
  "Varieties(K) = Schemes.Integral.Separated.FiniteType" -> "Schemes(S)" [kind="full_inclusion", id="arr.dot.varieties__schemes"];
  VectorFieldModules -> "C∞Algebras(R)" [color="#6a1b9a", kind="construction", id="arr.dot.vectorfieldmodules__cinftyalgebras"];
  VectorFieldModules -> "Modules(R)" [color="#6a1b9a", kind="construction", id="arr.dot.vectorfieldmodules__modules"];
  "VectorSpaces(K) = Modules.OverField" -> "Modules(R)" [kind="full_inclusion", id="arr.dot.vectorspaces__modules"];
  "VectorSpacesWithBasis = VectorSpaces.WithBasis" -> "ModulesWithBasis = Bimodules(R,R).WithBasis" [kind="full_inclusion", id="arr.dot.vectorspaceswithbasis__moduleswithbasis"];
  "VectorSpacesWithBasis = VectorSpaces.WithBasis" -> "VectorSpaces(K) = Modules.OverField" [kind="full_inclusion", id="arr.dot.vectorspaceswithbasis__vectorspaces"];
  WeylGroups -> ReflectionGroups [kind="forgetful", id="arr.dot.weylgroups__reflectiongroups"];
  Magmas -> Sets [kind="forgetful", id="arr.fun.magmas_to_sets"];
  Sets -> CatObject [kind="forgetful", id="arr.fun.sets_to_cat_object"];
  Fields -> Rings [kind="full_inclusion", id="arr.incl.fields_to_rings"];
  "Groups = Magmas.Associative.Unital.Inverse" -> "Monoids = Magmas.Associative.Unital" [kind="full_inclusion", id="arr.incl.groups_to_monoids"];
  "Monoids = Magmas.Associative.Unital" -> "Semigroups = Magmas.Associative" [kind="full_inclusion", id="arr.incl.monoids_to_semigroups"];
  "Semigroups = Magmas.Associative" -> Magmas [kind="full_inclusion", id="arr.incl.semigroups_to_magmas"];
  WeylGroups -> CoxeterGroups [kind="full_inclusion", id="arr.incl.weyl_to_coxeter"];
  "Algebras(R)" -> Rings [style=dashed,color="#e65100", kind="parameter_dependency", id="arr.param.algebras_r_base_ring"];
  "Modules(R)" -> Rings [style=dashed,color="#e65100", kind="parameter_dependency", id="arr.param.modules_r_base_ring"];
  "VectorSpaces(K) = Modules.OverField" -> Fields [style=dashed,color="#e65100", kind="parameter_dependency", id="arr.param.vector_spaces_field"];
  "CommRings = Rings.Commutative" -> Rings [kind="pullback_projection", id="arr.pb.comm_rings_to_rings"];
  "FiniteFields = Fields.Finite" -> Fields [kind="pullback_projection", id="arr.pb.finite_fields_to_fields"];
  "FiniteFields = Fields.Finite" -> "Sets.Finite" [kind="pullback_projection", id="arr.pb.finite_fields_to_sets_finite"];
  "FiniteRings = Rings.Finite" -> Rings [kind="pullback_projection", id="arr.pb.finite_rings_to_rings"];
  "FiniteRings = Rings.Finite" -> "Sets.Finite" [kind="pullback_projection", id="arr.pb.finite_rings_to_sets_finite"];
  "Lat.Hyperbolic" -> "Lat.Indefinite" [style=dashed, kind="theorem_inclusion", id="arr.thm.lat_hyperbolic_implies_indefinite"];
  "Lat.NegativeDefinite" -> "Lat.Definite" [style=dashed, kind="theorem_inclusion", id="arr.thm.lat_negative_definite"];
  "Lat.PositiveDefinite" -> "Lat.Definite" [style=dashed, kind="theorem_inclusion", id="arr.thm.lat_positive_definite"];
  "Sets.Finite" -> "Sets.Countable" [style=dashed, kind="theorem_inclusion", id="arr.thm.sets_finite_implies_countable"];
  "Sets.Uncountable" -> "Sets.Infinite" [style=dashed, kind="theorem_inclusion", id="arr.thm.sets_uncountable_implies_infinite"];
  "AdditiveGroups = Magmas.Additive.Associative.Unital.Inverse" -> "Magmas.Additive" [kind="forgetful", id="fun.additive_groups_to_additive_magmas"];
  "Algebras(R)" -> "Modules(R)" [kind="forgetful", id="fun.algebras_to_modules"];
  "Algebras(R)" -> Sets [kind="forgetful", id="fun.algebras_to_sets"];
  "Bialgebras(R)" -> "Algebras(R)" [kind="forgetful", id="fun.bialgebras_to_algebras"];
  "Coalgebras(R)" -> "Modules(R)" [kind="forgetful", id="fun.coalgebras_to_modules"];
  "Domains = Rings.Domain" -> Rings [kind="full_inclusion", id="fun.domains_to_rings"];
  Fields -> Sets [kind="forgetful", id="fun.fields_to_sets"];
  "Groups = Magmas.Associative.Unital.Inverse" -> Magmas [kind="forgetful", id="fun.groups_to_magmas"];
  "HopfAlgebras(R)" -> "Bialgebras(R)" [kind="forgetful", id="fun.hopf_to_bialgebras"];
  "IntegralDomains = Domains.Commutative" -> Fields [kind="forgetful", id="fun.integral_domains_to_fields"];
  "LieAlgebras(R)" -> "Algebras(R)" [kind="forgetful", id="fun.lie_to_algebras"];
  Manifolds -> Sets [kind="forgetful", id="fun.manifolds_to_sets"];
  MetricSpaces -> Sets [kind="forgetful", id="fun.metricspaces_to_sets"];
  "Modules(R)" -> Sets [kind="forgetful", id="fun.modules_to_sets"];
  Posets -> Sets [kind="forgetful", id="fun.posets_to_sets"];
  Rings -> Magmas [kind="forgetful", id="fun.rings_to_multiplicative_magmas"];
  Rings -> Sets [kind="forgetful", id="fun.rings_to_sets"];
  "UnitalAlgebras = Algebras.Associative.Unital" -> Magmas [kind="forgetful", id="fun.unital_algebras_to_magmas"];
  "Magmas.Additive" -> Magmas [kind="full_inclusion", id="arr.incl.additive_magmas_to_magmas"];
  "AdditiveGroups = Magmas.Additive.Associative.Unital.Inverse" -> Magmas [kind="forgetful", id="fun.additive_groups_to_magmas"];
  "Bimodules(R,R)" -> "Bimodules(R,S)" [kind="full_inclusion", id="arr.dot.bimodulesdiagonal__bimodules"];
  "Algebras(R)" -> "Bimodules(R,R)" [kind="forgetful", id="fun.algebras_to_bimodules"];
  "Bimodules(K,K) = Bimodules(R,R).OverField" -> "Bimodules(R,R)" [kind="full_inclusion", id="arr.dot.bimodulesfield__bimodulesdiagonal"];
  "VectorSpaces(K) = Modules.OverField" -> "Bimodules(K,K) = Bimodules(R,R).OverField" [kind="full_inclusion", id="fun.vectorspaces_central_section"];
  "AlgebrasOverField = Algebras.OverField" -> "Bimodules(K,K) = Bimodules(R,R).OverField" [kind="forgetful", id="fun.algebras_over_field_to_bimodules"];
+   Sets -> "Monoids = Magmas.Associative.Unital" [kind="left_adjoint", id="fun.free.monoid"];
+   Sets -> "Groups = Magmas.Associative.Unital.Inverse" [kind="left_adjoint", id="fun.free.group"];
+   Sets -> "AdditiveAbelianGroups = AdditiveGroups.Commutative" [kind="left_adjoint", id="fun.free.abelian_group"];
+   Sets -> "Modules(R)" [kind="left_adjoint", id="fun.free.module_r"];
+   "Modules(R)" -> "UnitalAlgebras = Algebras.Associative.Unital" [kind="left_adjoint", id="fun.tensor_algebra"];
+   Sets -> "UnitalAlgebras = Algebras.Associative.Unital" [kind="left_adjoint", id="fun.free.associative_algebra_set"];
+   "Modules(R)" -> "CommAlgebras = UnitalAlgebras.Commutative" [kind="left_adjoint", id="fun.symmetric_algebra"];
+   Sets -> "CommAlgebras = UnitalAlgebras.Commutative" [kind="left_adjoint", id="fun.free.commutative_algebra_set"];
+   "Monoids = Magmas.Associative.Unital" -> "Bialgebras(R)" [kind="left_adjoint", id="fun.monoid_algebra"];
+   "Groups = Magmas.Associative.Unital.Inverse" -> "HopfAlgebras(R)" [kind="left_adjoint", id="fun.group_algebra"];
+   "Bialgebras(R)" -> "Monoids = Magmas.Associative.Unital" [kind="right_adjoint", id="fun.grouplike_elements"];
+   "HopfAlgebras(R)" -> "Groups = Magmas.Associative.Unital.Inverse" [kind="right_adjoint", id="fun.grouplike_elements_hopf"];
}
